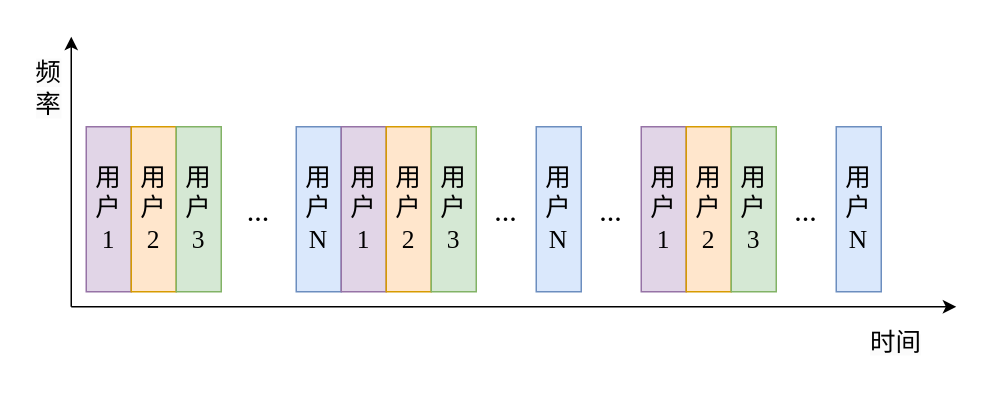
Above: TDMA.drawio in xiaotudoudoudoud/pipilu (draw.io), before the change. Source tidied: cells renumbered, new cells numbered last; positions are measured from the earlier drawing's top-left corner, leaving out a move shared by most shapes. Both pictures are drawn from the tidied source at 150%, with x=0, y=0 at pixel (26, 36).
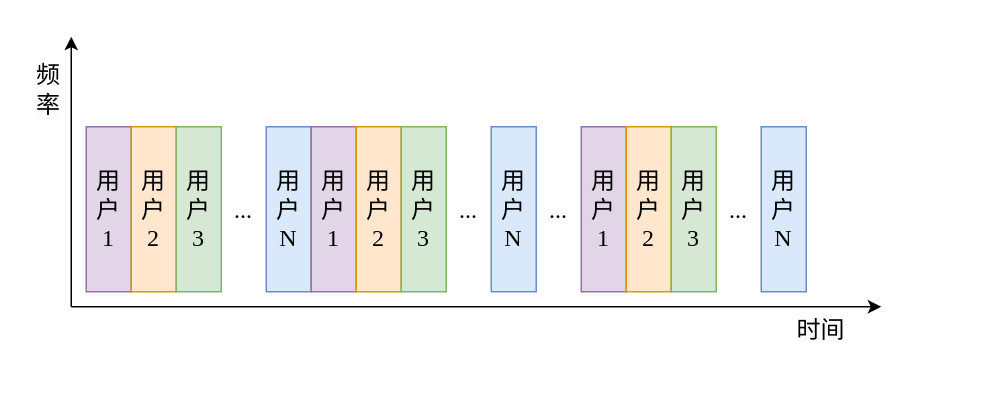
After the change.

Diff of the diagram source:
```diff
@@
     <mxCell id="2" style="endArrow=classic;html=1;rounded=0;" parent="1" edge="1">
       <mxGeometry relative="1" as="geometry">
         <mxPoint x="30" y="180" as="sourcePoint" />
-        <mxPoint x="620" y="180" as="targetPoint" />
+        <mxPoint x="570" y="180" as="targetPoint" />
       </mxGeometry>
     </mxCell>
@@
-    <mxCell id="4" value="&lt;span style=&quot;font-family: 宋体;&quot;&gt;&lt;font style=&quot;font-size: 17px;&quot;&gt;用户&lt;/font&gt;&lt;/span&gt;&lt;div&gt;&lt;font style=&quot;font-size: 17px;&quot; face=&quot;Times New Roman&quot;&gt;1&lt;/font&gt;&lt;/div&gt;" style="rounded=0;whiteSpace=wrap;html=1;fillColor=#e1d5e7;strokeColor=#9673a6;" parent="1" vertex="1">
+    <mxCell id="4" value="&lt;span style=&quot;font-family: 宋体;&quot;&gt;&lt;font style=&quot;font-size: 16px;&quot;&gt;用户&lt;/font&gt;&lt;/span&gt;&lt;div&gt;&lt;font style=&quot;font-size: 16px;&quot; face=&quot;Times New Roman&quot;&gt;1&lt;/font&gt;&lt;/div&gt;" style="rounded=0;whiteSpace=wrap;html=1;fillColor=#e1d5e7;strokeColor=#9673a6;" parent="1" vertex="1">
       <mxGeometry x="40" y="60" width="30" height="110" as="geometry" />
     </mxCell>
-    <mxCell id="5" value="&lt;span style=&quot;font-family: 宋体;&quot;&gt;&lt;font style=&quot;font-size: 17px;&quot;&gt;用户&lt;/font&gt;&lt;/span&gt;&lt;div&gt;&lt;font face=&quot;Times New Roman&quot;&gt;&lt;span style=&quot;font-size: 17px;&quot;&gt;2&lt;/span&gt;&lt;/font&gt;&lt;/div&gt;" style="rounded=0;whiteSpace=wrap;html=1;fillColor=#ffe6cc;strokeColor=#d79b00;" parent="1" vertex="1">
+    <mxCell id="5" value="&lt;span style=&quot;font-family: 宋体;&quot;&gt;&lt;font style=&quot;font-size: 16px;&quot;&gt;用户&lt;/font&gt;&lt;/span&gt;&lt;div&gt;&lt;font style=&quot;font-size: 16px;&quot; face=&quot;Times New Roman&quot;&gt;2&lt;/font&gt;&lt;/div&gt;" style="rounded=0;whiteSpace=wrap;html=1;fillColor=#ffe6cc;strokeColor=#d79b00;" parent="1" vertex="1">
       <mxGeometry x="70" y="60" width="30" height="110" as="geometry" />
     </mxCell>
-    <mxCell id="6" value="&lt;span style=&quot;font-family: 宋体;&quot;&gt;&lt;font style=&quot;font-size: 17px;&quot;&gt;用户&lt;/font&gt;&lt;/span&gt;&lt;div&gt;&lt;font face=&quot;Times New Roman&quot;&gt;&lt;span style=&quot;font-size: 17px;&quot;&gt;N&lt;/span&gt;&lt;/font&gt;&lt;/div&gt;" style="rounded=0;whiteSpace=wrap;html=1;fillColor=#dae8fc;strokeColor=#6c8ebf;" parent="1" vertex="1">
-      <mxGeometry x="180" y="60" width="30" height="110" as="geometry" />
+    <mxCell id="6" value="&lt;span style=&quot;font-family: 宋体;&quot;&gt;&lt;font style=&quot;font-size: 16px;&quot;&gt;用户&lt;/font&gt;&lt;/span&gt;&lt;div&gt;&lt;font style=&quot;font-size: 16px;&quot; face=&quot;Times New Roman&quot;&gt;N&lt;/font&gt;&lt;/div&gt;" style="rounded=0;whiteSpace=wrap;html=1;fillColor=#dae8fc;strokeColor=#6c8ebf;" parent="1" vertex="1">
+      <mxGeometry x="160" y="60" width="30" height="110" as="geometry" />
     </mxCell>
-    <mxCell id="7" value="&lt;span style=&quot;font-family: 宋体;&quot;&gt;&lt;font style=&quot;font-size: 17px;&quot;&gt;用户&lt;/font&gt;&lt;/span&gt;&lt;div&gt;&lt;font style=&quot;font-size: 17px;&quot; face=&quot;Times New Roman&quot;&gt;1&lt;/font&gt;&lt;/div&gt;" style="rounded=0;whiteSpace=wrap;html=1;fillColor=#e1d5e7;strokeColor=#9673a6;" parent="1" vertex="1">
-      <mxGeometry x="210" y="60" width="30" height="110" as="geometry" />
+    <mxCell id="7" value="&lt;span style=&quot;font-family: 宋体;&quot;&gt;&lt;font style=&quot;font-size: 16px;&quot;&gt;用户&lt;/font&gt;&lt;/span&gt;&lt;div&gt;&lt;font style=&quot;font-size: 16px;&quot; face=&quot;Times New Roman&quot;&gt;1&lt;/font&gt;&lt;/div&gt;" style="rounded=0;whiteSpace=wrap;html=1;fillColor=#e1d5e7;strokeColor=#9673a6;" parent="1" vertex="1">
+      <mxGeometry x="190" y="60" width="30" height="110" as="geometry" />
     </mxCell>
-    <mxCell id="8" value="&lt;span style=&quot;font-family: 宋体;&quot;&gt;&lt;font style=&quot;font-size: 17px;&quot;&gt;用户&lt;/font&gt;&lt;/span&gt;&lt;div&gt;&lt;font face=&quot;Times New Roman&quot;&gt;&lt;span style=&quot;font-size: 17px;&quot;&gt;2&lt;/span&gt;&lt;/font&gt;&lt;/div&gt;" style="rounded=0;whiteSpace=wrap;html=1;fillColor=#ffe6cc;strokeColor=#d79b00;" parent="1" vertex="1">
-      <mxGeometry x="240" y="60" width="30" height="110" as="geometry" />
+    <mxCell id="8" value="&lt;span style=&quot;font-family: 宋体;&quot;&gt;&lt;font style=&quot;font-size: 16px;&quot;&gt;用户&lt;/font&gt;&lt;/span&gt;&lt;div&gt;&lt;font style=&quot;font-size: 16px;&quot; face=&quot;Times New Roman&quot;&gt;2&lt;/font&gt;&lt;/div&gt;" style="rounded=0;whiteSpace=wrap;html=1;fillColor=#ffe6cc;strokeColor=#d79b00;" parent="1" vertex="1">
+      <mxGeometry x="220" y="60" width="30" height="110" as="geometry" />
     </mxCell>
-    <mxCell id="9" value="&lt;span style=&quot;font-family: 宋体;&quot;&gt;&lt;font style=&quot;font-size: 17px;&quot;&gt;用户&lt;/font&gt;&lt;/span&gt;&lt;div&gt;&lt;font face=&quot;Times New Roman&quot;&gt;&lt;span style=&quot;font-size: 17px;&quot;&gt;N&lt;/span&gt;&lt;/font&gt;&lt;/div&gt;" style="rounded=0;whiteSpace=wrap;html=1;fillColor=#dae8fc;strokeColor=#6c8ebf;" parent="1" vertex="1">
-      <mxGeometry x="340" y="60" width="30" height="110" as="geometry" />
+    <mxCell id="9" value="&lt;span style=&quot;font-family: 宋体;&quot;&gt;&lt;font style=&quot;font-size: 16px;&quot;&gt;用户&lt;/font&gt;&lt;/span&gt;&lt;div&gt;&lt;font style=&quot;font-size: 16px;&quot; face=&quot;Times New Roman&quot;&gt;N&lt;/font&gt;&lt;/div&gt;" style="rounded=0;whiteSpace=wrap;html=1;fillColor=#dae8fc;strokeColor=#6c8ebf;" parent="1" vertex="1">
+      <mxGeometry x="310" y="60" width="30" height="110" as="geometry" />
     </mxCell>
-    <mxCell id="10" value="&lt;font style=&quot;font-size: 20px;&quot; face=&quot;Times New Roman&quot;&gt;...&lt;/font&gt;" style="text;html=1;align=center;verticalAlign=middle;whiteSpace=wrap;rounded=0;" parent="1" vertex="1">
-      <mxGeometry x="140" y="100" width="30" height="30" as="geometry" />
+    <mxCell id="10" value="&lt;font style=&quot;font-size: 16px;&quot; face=&quot;Times New Roman&quot;&gt;...&lt;/font&gt;" style="text;html=1;align=center;verticalAlign=middle;whiteSpace=wrap;rounded=0;" parent="1" vertex="1">
+      <mxGeometry x="130" y="100" width="30" height="30" as="geometry" />
     </mxCell>
-    <mxCell id="11" value="&lt;font style=&quot;font-size: 20px;&quot; face=&quot;Times New Roman&quot;&gt;...&lt;/font&gt;" style="text;html=1;align=center;verticalAlign=middle;whiteSpace=wrap;rounded=0;" parent="1" vertex="1">
-      <mxGeometry x="290" y="100" width="60" height="30" as="geometry" />
+    <mxCell id="11" value="&lt;font style=&quot;font-size: 16px;&quot; face=&quot;Times New Roman&quot;&gt;...&lt;/font&gt;" style="text;html=1;align=center;verticalAlign=middle;whiteSpace=wrap;rounded=0;" parent="1" vertex="1">
+      <mxGeometry x="280" y="100" width="30" height="30" as="geometry" />
     </mxCell>
-    <mxCell id="12" value="&lt;span style=&quot;font-family: 宋体;&quot;&gt;&lt;font style=&quot;font-size: 17px;&quot;&gt;用户&lt;/font&gt;&lt;/span&gt;&lt;div&gt;&lt;font face=&quot;Times New Roman&quot;&gt;&lt;span style=&quot;font-size: 17px;&quot;&gt;N&lt;/span&gt;&lt;/font&gt;&lt;/div&gt;" style="rounded=0;whiteSpace=wrap;html=1;fillColor=#dae8fc;strokeColor=#6c8ebf;" parent="1" vertex="1">
-      <mxGeometry x="540" y="60" width="30" height="110" as="geometry" />
+    <mxCell id="12" value="&lt;span style=&quot;font-family: 宋体;&quot;&gt;&lt;font style=&quot;font-size: 16px;&quot;&gt;用户&lt;/font&gt;&lt;/span&gt;&lt;div&gt;&lt;font style=&quot;font-size: 16px;&quot; face=&quot;Times New Roman&quot;&gt;N&lt;/font&gt;&lt;/div&gt;" style="rounded=0;whiteSpace=wrap;html=1;fillColor=#dae8fc;strokeColor=#6c8ebf;" parent="1" vertex="1">
+      <mxGeometry x="490" y="60" width="30" height="110" as="geometry" />
     </mxCell>
-    <mxCell id="13" value="&lt;font style=&quot;font-size: 20px;&quot; face=&quot;Times New Roman&quot;&gt;...&lt;/font&gt;" style="text;html=1;align=center;verticalAlign=middle;whiteSpace=wrap;rounded=0;" parent="1" vertex="1">
-      <mxGeometry x="490" y="100" width="60" height="30" as="geometry" />
+    <mxCell id="13" value="&lt;font style=&quot;font-size: 16px;&quot; face=&quot;Times New Roman&quot;&gt;...&lt;/font&gt;" style="text;html=1;align=center;verticalAlign=middle;whiteSpace=wrap;rounded=0;" parent="1" vertex="1">
+      <mxGeometry x="460" y="100" width="30" height="30" as="geometry" />
     </mxCell>
-    <mxCell id="14" value="&lt;span style=&quot;color: rgb(0, 0, 0); font-family: 宋体; background-color: rgb(251, 251, 251); float: none; display: inline !important;&quot;&gt;&lt;font style=&quot;font-size: 17px;&quot;&gt;时间&lt;/font&gt;&lt;/span&gt;" style="text;html=1;align=center;verticalAlign=middle;whiteSpace=wrap;rounded=0;" parent="1" vertex="1">
-      <mxGeometry x="550" y="190" width="60" height="30" as="geometry" />
+    <mxCell id="14" value="&lt;span style=&quot;color: rgb(0, 0, 0); font-family: 宋体; background-color: rgb(251, 251, 251); float: none; display: inline !important;&quot;&gt;&lt;font style=&quot;font-size: 16px;&quot;&gt;时间&lt;/font&gt;&lt;/span&gt;" style="text;html=1;align=center;verticalAlign=middle;whiteSpace=wrap;rounded=0;" parent="1" vertex="1">
+      <mxGeometry x="500" y="180" width="60" height="30" as="geometry" />
     </mxCell>
-    <mxCell id="15" value="&lt;font style=&quot;font-size: 17px;&quot;&gt;&lt;span style=&quot;color: rgb(0, 0, 0); font-family: 宋体; background-color: rgb(251, 251, 251); float: none; display: inline !important;&quot;&gt;&lt;font style=&quot;&quot;&gt;频率&lt;/font&gt;&lt;/span&gt;&lt;/font&gt;" style="text;html=1;align=center;verticalAlign=middle;whiteSpace=wrap;rounded=0;" parent="1" vertex="1">
+    <mxCell id="15" value="&lt;font style=&quot;&quot;&gt;&lt;span style=&quot;color: rgb(0, 0, 0); font-family: 宋体; background-color: rgb(251, 251, 251); float: none; display: inline !important;&quot;&gt;&lt;font style=&quot;&quot;&gt;&lt;font style=&quot;vertical-align: inherit; font-size: 16px;&quot;&gt;频率&lt;/font&gt;&lt;/font&gt;&lt;/span&gt;&lt;/font&gt;" style="text;html=1;align=center;verticalAlign=middle;whiteSpace=wrap;rounded=0;" parent="1" vertex="1">
       <mxGeometry y="20" width="30" height="30" as="geometry" />
     </mxCell>
-    <mxCell id="16" value="&lt;span style=&quot;font-family: 宋体;&quot;&gt;&lt;font style=&quot;font-size: 17px;&quot;&gt;用户&lt;/font&gt;&lt;/span&gt;&lt;div&gt;&lt;font face=&quot;Times New Roman&quot;&gt;&lt;span style=&quot;font-size: 17px;&quot;&gt;3&lt;/span&gt;&lt;/font&gt;&lt;/div&gt;" style="rounded=0;whiteSpace=wrap;html=1;fillColor=#d5e8d4;strokeColor=#82b366;" parent="1" vertex="1">
+    <mxCell id="16" value="&lt;span style=&quot;font-family: 宋体;&quot;&gt;&lt;font style=&quot;font-size: 16px;&quot;&gt;用户&lt;/font&gt;&lt;/span&gt;&lt;div&gt;&lt;font style=&quot;font-size: 16px;&quot; face=&quot;Times New Roman&quot;&gt;3&lt;/font&gt;&lt;/div&gt;" style="rounded=0;whiteSpace=wrap;html=1;fillColor=#d5e8d4;strokeColor=#82b366;" parent="1" vertex="1">
       <mxGeometry x="100" y="60" width="30" height="110" as="geometry" />
     </mxCell>
-    <mxCell id="17" value="&lt;span style=&quot;font-family: 宋体;&quot;&gt;&lt;font style=&quot;font-size: 17px;&quot;&gt;用户&lt;/font&gt;&lt;/span&gt;&lt;div&gt;&lt;font face=&quot;Times New Roman&quot;&gt;&lt;span style=&quot;font-size: 17px;&quot;&gt;3&lt;/span&gt;&lt;/font&gt;&lt;/div&gt;" style="rounded=0;whiteSpace=wrap;html=1;fillColor=#d5e8d4;strokeColor=#82b366;" parent="1" vertex="1">
-      <mxGeometry x="270" y="60" width="30" height="110" as="geometry" />
+    <mxCell id="17" value="&lt;span style=&quot;font-family: 宋体;&quot;&gt;&lt;font style=&quot;font-size: 16px;&quot;&gt;用户&lt;/font&gt;&lt;/span&gt;&lt;div&gt;&lt;font style=&quot;font-size: 16px;&quot; face=&quot;Times New Roman&quot;&gt;3&lt;/font&gt;&lt;/div&gt;" style="rounded=0;whiteSpace=wrap;html=1;fillColor=#d5e8d4;strokeColor=#82b366;" parent="1" vertex="1">
+      <mxGeometry x="250" y="60" width="30" height="110" as="geometry" />
     </mxCell>
-    <mxCell id="18" value="&lt;span style=&quot;font-family: 宋体;&quot;&gt;&lt;font style=&quot;font-size: 17px;&quot;&gt;用户&lt;/font&gt;&lt;/span&gt;&lt;div&gt;&lt;font style=&quot;font-size: 17px;&quot; face=&quot;Times New Roman&quot;&gt;1&lt;/font&gt;&lt;/div&gt;" style="rounded=0;whiteSpace=wrap;html=1;fillColor=#e1d5e7;strokeColor=#9673a6;" parent="1" vertex="1">
-      <mxGeometry x="410" y="60" width="30" height="110" as="geometry" />
+    <mxCell id="18" value="&lt;span style=&quot;font-family: 宋体;&quot;&gt;&lt;font style=&quot;font-size: 16px;&quot;&gt;用户&lt;/font&gt;&lt;/span&gt;&lt;div&gt;&lt;font style=&quot;font-size: 16px;&quot; face=&quot;Times New Roman&quot;&gt;1&lt;/font&gt;&lt;/div&gt;" style="rounded=0;whiteSpace=wrap;html=1;fillColor=#e1d5e7;strokeColor=#9673a6;" parent="1" vertex="1">
+      <mxGeometry x="370" y="60" width="30" height="110" as="geometry" />
     </mxCell>
-    <mxCell id="19" value="&lt;span style=&quot;font-family: 宋体;&quot;&gt;&lt;font style=&quot;font-size: 17px;&quot;&gt;用户&lt;/font&gt;&lt;/span&gt;&lt;div&gt;&lt;font face=&quot;Times New Roman&quot;&gt;&lt;span style=&quot;font-size: 17px;&quot;&gt;2&lt;/span&gt;&lt;/font&gt;&lt;/div&gt;" style="rounded=0;whiteSpace=wrap;html=1;fillColor=#ffe6cc;strokeColor=#d79b00;" parent="1" vertex="1">
-      <mxGeometry x="440" y="60" width="30" height="110" as="geometry" />
+    <mxCell id="19" value="&lt;span style=&quot;font-family: 宋体;&quot;&gt;&lt;font style=&quot;font-size: 16px;&quot;&gt;用户&lt;/font&gt;&lt;/span&gt;&lt;div&gt;&lt;font style=&quot;font-size: 16px;&quot; face=&quot;Times New Roman&quot;&gt;2&lt;/font&gt;&lt;/div&gt;" style="rounded=0;whiteSpace=wrap;html=1;fillColor=#ffe6cc;strokeColor=#d79b00;" parent="1" vertex="1">
+      <mxGeometry x="400" y="60" width="30" height="110" as="geometry" />
     </mxCell>
-    <mxCell id="20" value="&lt;span style=&quot;font-family: 宋体;&quot;&gt;&lt;font style=&quot;font-size: 17px;&quot;&gt;用户&lt;/font&gt;&lt;/span&gt;&lt;div&gt;&lt;font face=&quot;Times New Roman&quot;&gt;&lt;span style=&quot;font-size: 17px;&quot;&gt;3&lt;/span&gt;&lt;/font&gt;&lt;/div&gt;" style="rounded=0;whiteSpace=wrap;html=1;fillColor=#d5e8d4;strokeColor=#82b366;" parent="1" vertex="1">
-      <mxGeometry x="470" y="60" width="30" height="110" as="geometry" />
+    <mxCell id="20" value="&lt;span style=&quot;font-family: 宋体;&quot;&gt;&lt;font style=&quot;font-size: 16px;&quot;&gt;用户&lt;/font&gt;&lt;/span&gt;&lt;div&gt;&lt;font style=&quot;font-size: 16px;&quot; face=&quot;Times New Roman&quot;&gt;3&lt;/font&gt;&lt;/div&gt;" style="rounded=0;whiteSpace=wrap;html=1;fillColor=#d5e8d4;strokeColor=#82b366;" parent="1" vertex="1">
+      <mxGeometry x="430" y="60" width="30" height="110" as="geometry" />
     </mxCell>
-    <mxCell id="21" value="&lt;font style=&quot;font-size: 20px;&quot; face=&quot;Times New Roman&quot;&gt;...&lt;/font&gt;" style="text;html=1;align=center;verticalAlign=middle;whiteSpace=wrap;rounded=0;" parent="1" vertex="1">
-      <mxGeometry x="360" y="100" width="60" height="30" as="geometry" />
+    <mxCell id="21" value="&lt;font style=&quot;font-size: 16px;&quot; face=&quot;Times New Roman&quot;&gt;...&lt;/font&gt;" style="text;html=1;align=center;verticalAlign=middle;whiteSpace=wrap;rounded=0;" parent="1" vertex="1">
+      <mxGeometry x="340" y="100" width="30" height="30" as="geometry" />
     </mxCell>
```
